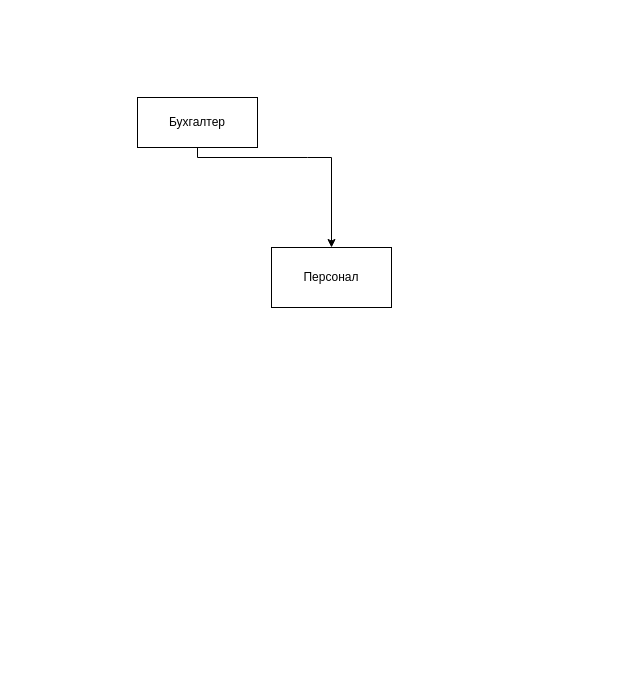
StromSenpai/- keeps this draw.io diagram as Untitled Diagram.drawio. Above is the earlier version. Source tidied: cells renumbered, new cells numbered last; positions are measured from the earlier drawing's top-left corner, leaving out a move shared by most shapes. Both pictures are drawn from the tidied source at 100%, with x=0, y=0 at pixel (137, 97).
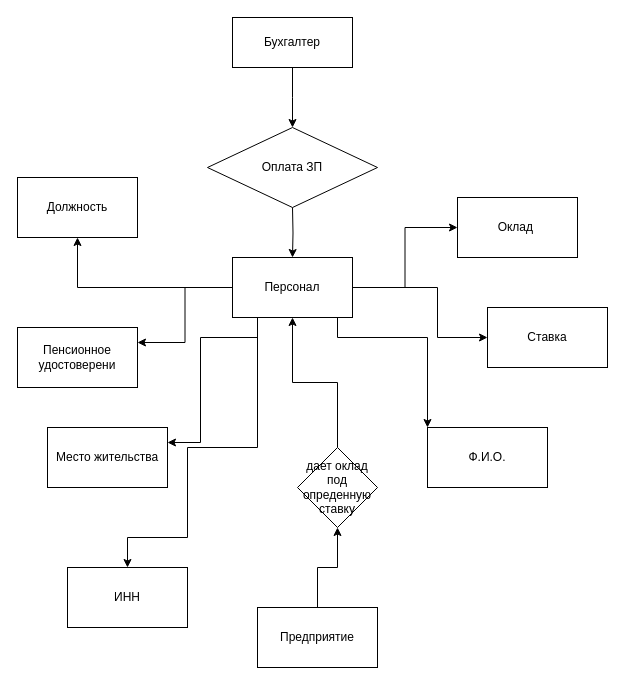
After the change.

Diff of the diagram source:
```diff
@@
+    <mxCell id="5" style="edgeStyle=orthogonalEdgeStyle;rounded=0;jettySize=auto;html=1;entryX=0.5;entryY=0;entryDx=0;entryDy=0;" parent="1" edge="1" source="2" target="16">
+      <mxGeometry relative="1" as="geometry">
+        <Array as="points">
+          <mxPoint x="120" y="350" />
+          <mxPoint x="50" y="350" />
+          <mxPoint x="50" y="440" />
+          <mxPoint x="-10" y="440" />
+        </Array>
+      </mxGeometry>
+    </mxCell>
+    <mxCell id="6" style="edgeStyle=orthogonalEdgeStyle;rounded=0;jettySize=auto;html=1;entryX=0;entryY=0;entryDx=0;entryDy=0;" parent="1" edge="1" source="2" target="15">
+      <mxGeometry relative="1" as="geometry">
+        <Array as="points">
+          <mxPoint x="200" y="240" />
+          <mxPoint x="290" y="240" />
+        </Array>
+      </mxGeometry>
+    </mxCell>
+    <mxCell id="7" style="edgeStyle=orthogonalEdgeStyle;rounded=0;jettySize=auto;html=1;entryX=1;entryY=0.25;entryDx=0;entryDy=0;" parent="1" edge="1" source="2" target="17">
+      <mxGeometry relative="1" as="geometry">
+        <Array as="points">
+          <mxPoint x="120" y="240" />
+          <mxPoint x="63" y="240" />
+          <mxPoint x="63" y="345" />
+        </Array>
+      </mxGeometry>
+    </mxCell>
+    <mxCell id="8" style="edgeStyle=orthogonalEdgeStyle;rounded=0;jettySize=auto;html=1;entryX=1;entryY=0.25;entryDx=0;entryDy=0;" parent="1" edge="1" source="2" target="18">
+      <mxGeometry relative="1" as="geometry" />
+    </mxCell>
+    <mxCell id="9" style="edgeStyle=orthogonalEdgeStyle;rounded=0;jettySize=auto;html=1;" parent="1" edge="1" source="2" target="21">
+      <mxGeometry relative="1" as="geometry" />
+    </mxCell>
+    <mxCell id="10" style="edgeStyle=orthogonalEdgeStyle;rounded=0;jettySize=auto;html=1;" parent="1" edge="1" source="2" target="19">
+      <mxGeometry relative="1" as="geometry" />
+    </mxCell>
+    <mxCell id="11" style="edgeStyle=orthogonalEdgeStyle;rounded=0;jettySize=auto;html=1;" parent="1" edge="1" source="2" target="20">
+      <mxGeometry relative="1" as="geometry">
+        <Array as="points">
+          <mxPoint x="300" y="190" />
+          <mxPoint x="300" y="240" />
+        </Array>
+      </mxGeometry>
+    </mxCell>
     <mxCell id="2" value="Персонал" style="whiteSpace=wrap;html=1;" parent="1" vertex="1">
-      <mxGeometry x="134" y="150" width="120" height="60" as="geometry" />
+      <mxGeometry x="95" y="160" width="120" height="60" as="geometry" />
     </mxCell>
-    <mxCell id="3" style="edgeStyle=orthogonalEdgeStyle;rounded=0;jettySize=auto;html=1;entryX=0.5;entryY=0;entryDx=0;entryDy=0;" parent="1" edge="1" source="4" target="2">
-      <mxGeometry relative="1" as="geometry">
-        <Array as="points">
-          <mxPoint x="170" y="60" />
-          <mxPoint x="170" y="60" />
-        </Array>
-      </mxGeometry>
-    </mxCell>
+    <mxCell id="12" style="edgeStyle=orthogonalEdgeStyle;rounded=0;jettySize=auto;html=1;" parent="1" edge="1" source="4">
+      <mxGeometry relative="1" as="geometry">
+        <mxPoint x="155" y="30" as="targetPoint" />
+      </mxGeometry>
+    </mxCell>
     <mxCell id="4" value="Бухгалтер" style="whiteSpace=wrap;html=1;" parent="1" vertex="1">
-      <mxGeometry width="120" height="50" as="geometry" />
+      <mxGeometry x="95" y="-80" width="120" height="50" as="geometry" />
     </mxCell>
+    <mxCell id="13" style="edgeStyle=orthogonalEdgeStyle;rounded=0;jettySize=auto;html=1;entryX=0.5;entryY=0;entryDx=0;entryDy=0;" parent="1" edge="1" target="2">
+      <mxGeometry relative="1" as="geometry">
+        <mxPoint x="155" y="110" as="sourcePoint" />
+      </mxGeometry>
+    </mxCell>
+    <mxCell id="14" value="Оплата ЗП" style="rhombus;whiteSpace=wrap;html=1;" parent="1" vertex="1">
+      <mxGeometry x="70" y="30" width="170" height="80" as="geometry" />
+    </mxCell>
+    <mxCell id="15" value="Ф.И.О." style="whiteSpace=wrap;html=1;" parent="1" vertex="1">
+      <mxGeometry x="290" y="330" width="120" height="60" as="geometry" />
+    </mxCell>
+    <mxCell id="16" value="ИНН" style="whiteSpace=wrap;html=1;" parent="1" vertex="1">
+      <mxGeometry x="-70" y="470" width="120" height="60" as="geometry" />
+    </mxCell>
+    <mxCell id="17" value="Место жительства" style="whiteSpace=wrap;html=1;" parent="1" vertex="1">
+      <mxGeometry x="-90" y="330" width="120" height="60" as="geometry" />
+    </mxCell>
+    <mxCell id="18" value="Пенсионное удостоверени" style="whiteSpace=wrap;html=1;" parent="1" vertex="1">
+      <mxGeometry x="-120" y="230" width="120" height="60" as="geometry" />
+    </mxCell>
+    <mxCell id="19" value="Оклад&amp;nbsp;" style="whiteSpace=wrap;html=1;" parent="1" vertex="1">
+      <mxGeometry x="320" y="100" width="120" height="60" as="geometry" />
+    </mxCell>
+    <mxCell id="20" value="Ставка" style="whiteSpace=wrap;html=1;" parent="1" vertex="1">
+      <mxGeometry x="350" y="210" width="120" height="60" as="geometry" />
+    </mxCell>
+    <mxCell id="21" value="Должность" style="whiteSpace=wrap;html=1;" parent="1" vertex="1">
+      <mxGeometry x="-120" y="80" width="120" height="60" as="geometry" />
+    </mxCell>
+    <mxCell id="22" style="edgeStyle=orthogonalEdgeStyle;rounded=0;jettySize=auto;html=1;entryX=0.5;entryY=1;entryDx=0;entryDy=0;" parent="1" edge="1" source="23" target="25">
+      <mxGeometry relative="1" as="geometry" />
+    </mxCell>
+    <mxCell id="23" value="Предприятие" style="whiteSpace=wrap;html=1;" parent="1" vertex="1">
+      <mxGeometry x="120" y="510" width="120" height="60" as="geometry" />
+    </mxCell>
+    <mxCell id="24" style="edgeStyle=orthogonalEdgeStyle;rounded=0;jettySize=auto;html=1;" parent="1" edge="1" source="25" target="2">
+      <mxGeometry relative="1" as="geometry" />
+    </mxCell>
+    <mxCell id="25" value="дает оклад под опреденную ставку" style="rhombus;whiteSpace=wrap;html=1;" parent="1" vertex="1">
+      <mxGeometry x="160" y="350" width="80" height="80" as="geometry" />
+    </mxCell>
```
